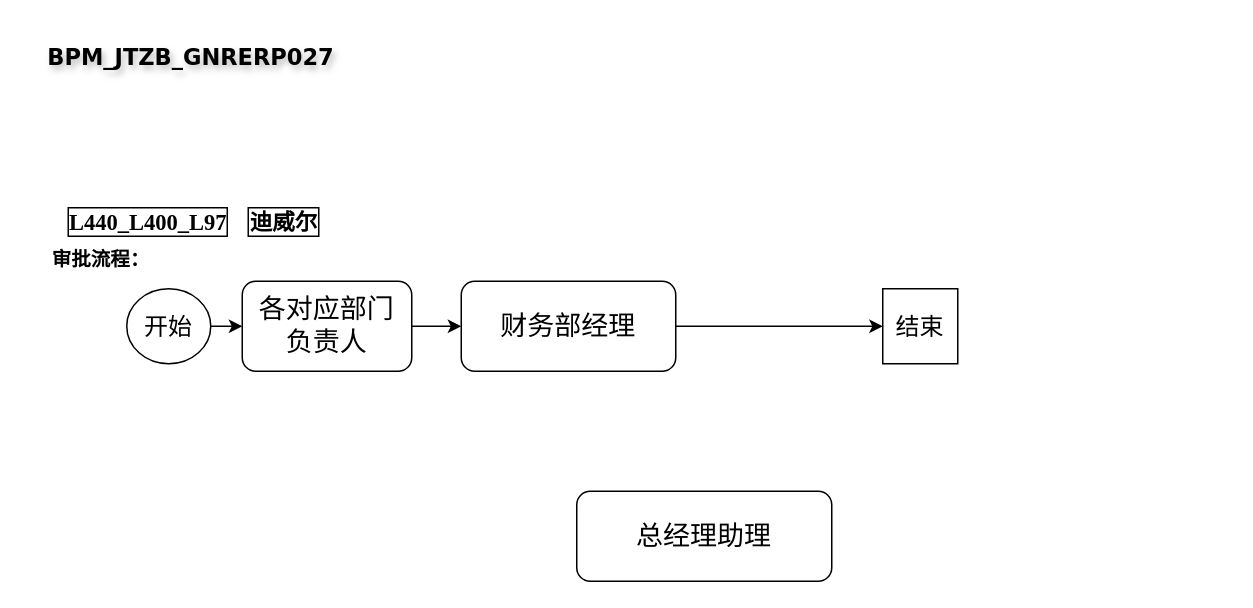
Before: BPM_JTZB_GNRERP027 - L440_L400_L97.drawio in wyxvincent/flow_charts, a draw.io diagram. Source tidied: cells renumbered, new cells numbered last; positions are measured from the earlier drawing's top-left corner, leaving out a move shared by most shapes. Both pictures are drawn from the tidied source at 150%, with x=0, y=0 at pixel (26, 26).
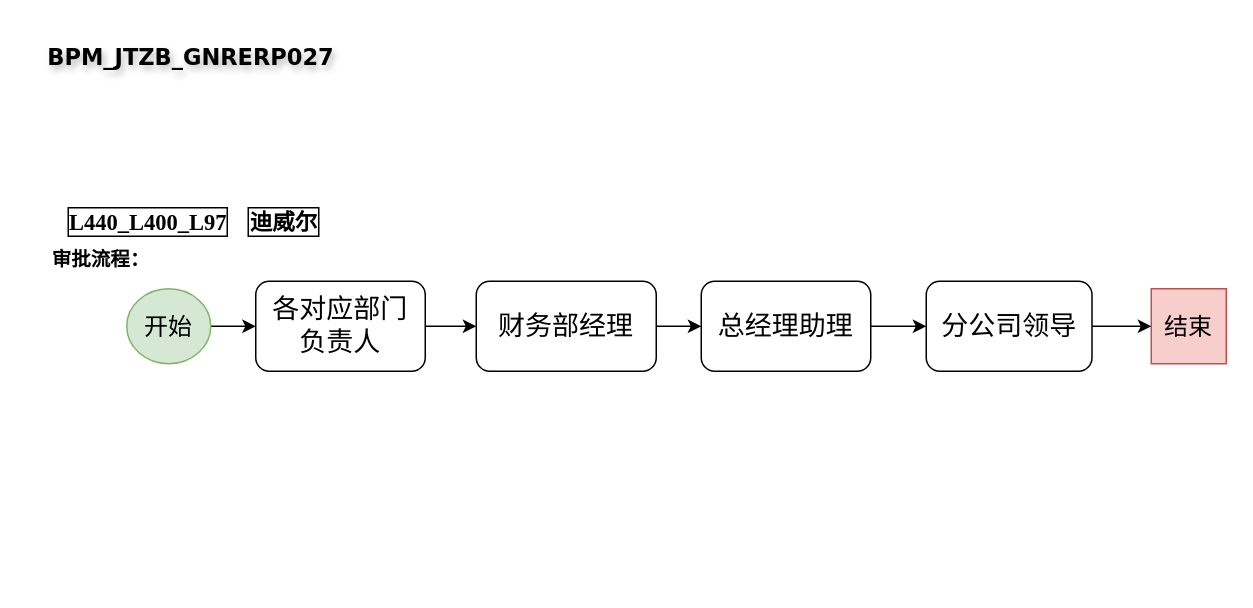
The same diagram, later.

The edit, as a diff of the source:
```diff
@@
 <mxGraphModel>
   <root>
     <mxCell id="0" />
     <mxCell id="1" parent="0" />
     <mxCell id="2" style="edgeStyle=orthogonalEdgeStyle;rounded=0;jettySize=auto;html=1;" parent="1" edge="1" source="3" target="7">
       <mxGeometry relative="1" as="geometry" />
     </mxCell>
     <mxCell id="3" value="&lt;font style=&quot;font-size: 18px;&quot;&gt;各对应部门&lt;/font&gt;&lt;div&gt;&lt;font style=&quot;font-size: 18px;&quot;&gt;负责人&lt;/font&gt;&lt;/div&gt;" style="rounded=1;whiteSpace=wrap;html=1;fontSize=12;glass=0;strokeWidth=1;shadow=0;" parent="1" vertex="1">
-      <mxGeometry x="144" y="170" width="113" height="60" as="geometry" />
+      <mxGeometry x="153" y="170" width="113" height="60" as="geometry" />
     </mxCell>
     <mxCell id="4" style="edgeStyle=orthogonalEdgeStyle;rounded=0;jettySize=auto;html=1;" parent="1" edge="1" source="5" target="3">
       <mxGeometry relative="1" as="geometry" />
     </mxCell>
-    <mxCell id="5" value="&lt;font style=&quot;font-size: 16px;&quot;&gt;开始&lt;/font&gt;" style="ellipse;whiteSpace=wrap;html=1;" parent="1" vertex="1">
+    <mxCell id="5" value="&lt;font style=&quot;font-size: 16px;&quot;&gt;开始&lt;/font&gt;" style="ellipse;whiteSpace=wrap;html=1;fillColor=#d5e8d4;strokeColor=#82b366;" parent="1" vertex="1">
       <mxGeometry x="67" y="175" width="56" height="50" as="geometry" />
     </mxCell>
-    <mxCell id="6" style="edgeStyle=orthogonalEdgeStyle;rounded=0;jettySize=auto;html=1;" parent="1" edge="1" source="7" target="8">
+    <mxCell id="6" style="edgeStyle=orthogonalEdgeStyle;rounded=0;jettySize=auto;html=1;entryX=0;entryY=0.5;entryDx=0;entryDy=0;" parent="1" edge="1" source="7" target="13">
       <mxGeometry relative="1" as="geometry" />
     </mxCell>
     <mxCell id="7" value="&lt;font style=&quot;font-size: 18px;&quot;&gt;财务部经理&lt;/font&gt;" style="rounded=1;whiteSpace=wrap;html=1;fontSize=12;glass=0;strokeWidth=1;shadow=0;" parent="1" vertex="1">
-      <mxGeometry x="290" y="170" width="143" height="60" as="geometry" />
+      <mxGeometry x="300" y="170" width="120" height="60" as="geometry" />
     </mxCell>
-    <mxCell id="8" value="&lt;font style=&quot;font-size: 16px;&quot;&gt;结束&lt;/font&gt;" style="whiteSpace=wrap;html=1;" parent="1" vertex="1">
-      <mxGeometry x="571" y="175" width="50" height="50" as="geometry" />
+    <mxCell id="8" value="&lt;font style=&quot;font-size: 16px;&quot;&gt;结束&lt;/font&gt;" style="whiteSpace=wrap;html=1;fillColor=#f8cecc;strokeColor=#b85450;" parent="1" vertex="1">
+      <mxGeometry x="750" y="175" width="50" height="50" as="geometry" />
     </mxCell>
     <mxCell id="9" value="BPM_JTZB_GNRERP027" style="text;html=1;align=center;verticalAlign=middle;whiteSpace=wrap;rounded=0;fontStyle=1;fontFamily=Verdana;fontSize=15;labelBorderColor=none;labelBackgroundColor=none;textShadow=1;" parent="1" vertex="1">
       <mxGeometry width="220" height="40" as="geometry" />
     </mxCell>
     <mxCell id="10" value="L440_L400_L97" style="text;html=1;align=center;verticalAlign=middle;whiteSpace=wrap;rounded=0;fontStyle=1;fontFamily=Times New Roman;fontSize=15;labelBackgroundColor=none;labelBorderColor=default;" parent="1" vertex="1">
       <mxGeometry x="10" y="110" width="143" height="40" as="geometry" />
     </mxCell>
     <mxCell id="11" value="迪威尔" style="text;html=1;align=center;verticalAlign=middle;whiteSpace=wrap;rounded=0;fontStyle=1;fontFamily=Times New Roman;fontSize=15;labelBorderColor=default;" parent="1" vertex="1">
       <mxGeometry x="144" y="110" width="56" height="40" as="geometry" />
     </mxCell>
     <mxCell id="12" value="审批流程：" style="text;html=1;align=center;verticalAlign=middle;whiteSpace=wrap;rounded=0;fontStyle=1;fontFamily=Times New Roman;fontSize=13;textShadow=0;" parent="1" vertex="1">
       <mxGeometry x="10" y="135" width="80" height="40" as="geometry" />
     </mxCell>
+    <mxCell id="14" style="edgeStyle=orthogonalEdgeStyle;rounded=0;jettySize=auto;html=1;" parent="1" edge="1" source="13" target="16">
+      <mxGeometry relative="1" as="geometry" />
+    </mxCell>
     <mxCell id="13" value="&lt;font style=&quot;font-size: 18px;&quot;&gt;总经理助理&lt;/font&gt;" style="rounded=1;whiteSpace=wrap;html=1;fontSize=12;glass=0;strokeWidth=1;shadow=0;" parent="1" vertex="1">
-      <mxGeometry x="367" y="310" width="170" height="60" as="geometry" />
+      <mxGeometry x="450" y="170" width="113" height="60" as="geometry" />
     </mxCell>
+    <mxCell id="15" style="edgeStyle=orthogonalEdgeStyle;rounded=0;jettySize=auto;html=1;" parent="1" edge="1" source="16" target="8">
+      <mxGeometry relative="1" as="geometry" />
+    </mxCell>
+    <mxCell id="16" value="&lt;font style=&quot;font-size: 18px;&quot;&gt;分公司领导&lt;/font&gt;" style="rounded=1;whiteSpace=wrap;html=1;fontSize=12;glass=0;strokeWidth=1;shadow=0;" parent="1" vertex="1">
+      <mxGeometry x="600" y="170" width="110.5" height="60" as="geometry" />
+    </mxCell>
   </root>
 </mxGraphModel>
```
